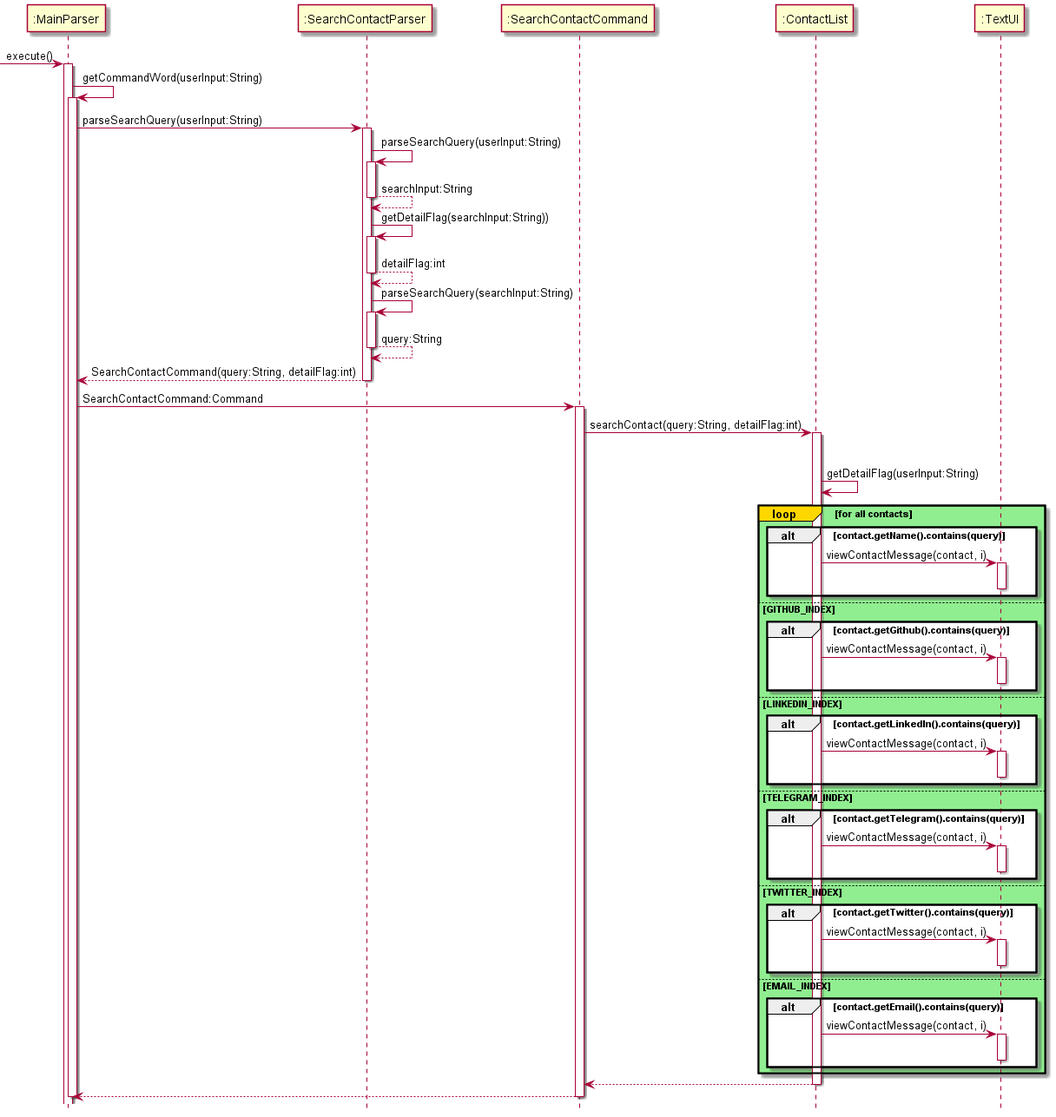
This is docs/images/SearchContactCommandSequenceDiagram.png from nus-cs2113-AY2122S1/tp, a PlantUML export, as it was before one commit.
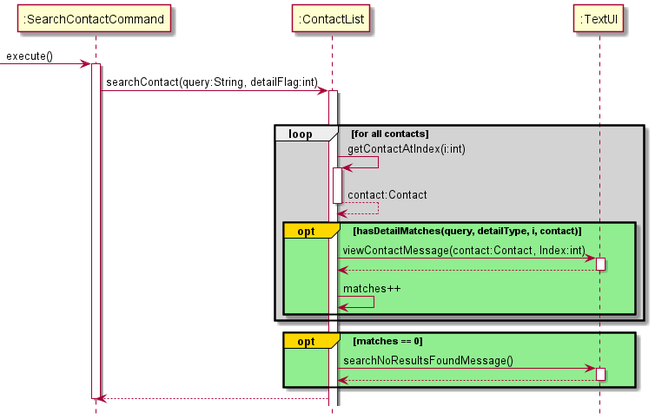
After the change.

Commit message:
Update sequence diagrams for Search function

The edit, as a diff of the source:
```diff
@@ -1,88 +1,37 @@
 @startuml
 hide footbox
 
--> ":MainParser": execute()
-activate ":MainParser"
+-> ":SearchContactCommand": execute()
+activate ":SearchContactCommand"
 
-":MainParser" -> ":MainParser" :getCommandWord(userInput:String)
-activate ":MainParser"
-":MainParser" -> ":SearchContactParser" :parseSearchQuery(userInput:String)
-activate ":SearchContactParser"
-
-":SearchContactParser" -> ":SearchContactParser" :parseSearchQuery(userInput:String)
-activate ":SearchContactParser"
-":SearchContactParser" --> ":SearchContactParser" :searchInput:String
-deactivate ":SearchContactParser"
-
-":SearchContactParser" -> ":SearchContactParser" :getDetailFlag(searchInput:String))
-activate ":SearchContactParser"
-":SearchContactParser" --> ":SearchContactParser" :detailFlag:int
-deactivate ":SearchContactParser"
-
-":SearchContactParser" -> ":SearchContactParser" :parseSearchQuery(searchInput:String)
-activate ":SearchContactParser"
-":SearchContactParser" --> ":SearchContactParser" :query:String
-deactivate ":SearchContactParser"
-
-
-":SearchContactParser" --> ":MainParser" : SearchContactCommand(query:String, detailFlag:int)
-deactivate ":SearchContactParser"
-
-":MainParser" -> ":SearchContactCommand" : SearchContactCommand:Command
-activate ":SearchContactCommand"
 
 ":SearchContactCommand" -> ":ContactList" : searchContact(query:String, detailFlag:int)
 activate ":ContactList"
 
 loop for all contacts
-":ContactList" -> ":ContactList" :getDetailFlag(userInput:String)
-loop#gold #lightgreen for all contacts
-    alt contact.getName().contains(query)
-    ":ContactList" -> ":TextUI" : viewContactMessage(contact, i)
-    activate ":TextUI"
-    deactivate ":TextUI"
+    loop #lightgrey for all contacts
+    ":ContactList" -> ":ContactList" :getContactAtIndex(i:int)
+    activate ":ContactList"
+    ":ContactList" --> ":ContactList" :contact:Contact
+    deactivate ":ContactList"
+
+        opt#gold #lightgreen hasDetailMatches(query, detailType, i, contact)
+        ":ContactList" -> ":TextUI" :viewContactMessage(contact:Contact, Index:int)
+        activate ":TextUI"
+        ":TextUI" --> ":ContactList"
+        deactivate ":TextUI"
+        ":ContactList" -> ":ContactList" : matches++
     end
+end
 
-    else GITHUB_INDEX
-    alt contact.getGithub().contains(query)
-    ":ContactList" -> ":TextUI" : viewContactMessage(contact, i)
-    activate ":TextUI"
-    deactivate ":TextUI"
-    end
-
-    else LINKEDIN_INDEX
-    alt contact.getLinkedIn().contains(query)
-    ":ContactList" -> ":TextUI" : viewContactMessage(contact, i)
-    activate ":TextUI"
-    deactivate ":TextUI"
-    end
-
-    else TELEGRAM_INDEX
-    alt contact.getTelegram().contains(query)
-    ":ContactList" -> ":TextUI" : viewContactMessage(contact, i)
-    activate ":TextUI"
-    deactivate ":TextUI"
-    end
-    else TWITTER_INDEX
-    alt contact.getTwitter().contains(query)
-    ":ContactList" -> ":TextUI" : viewContactMessage(contact, i)
-    activate ":TextUI"
-    deactivate ":TextUI"
-    end
-    else EMAIL_INDEX
-    alt contact.getEmail().contains(query)
-    ":ContactList" -> ":TextUI" : viewContactMessage(contact, i)
-    activate ":TextUI"
-    deactivate ":TextUI"
-    end end
+opt#gold #lightgreen matches == 0
+":ContactList"->":TextUI":searchNoResultsFoundMessage()
+activate ":TextUI"
+":TextUI" --> ":ContactList"
+deactivate ":TextUI"
 end
 
 ":ContactList"-->":SearchContactCommand"
-deactivate ":ContactList"
-
-":SearchContactCommand"-->":MainParser"
 deactivate ":SearchContactCommand"
-deactivate ":MainParser"
-
 
 @enduml
```
